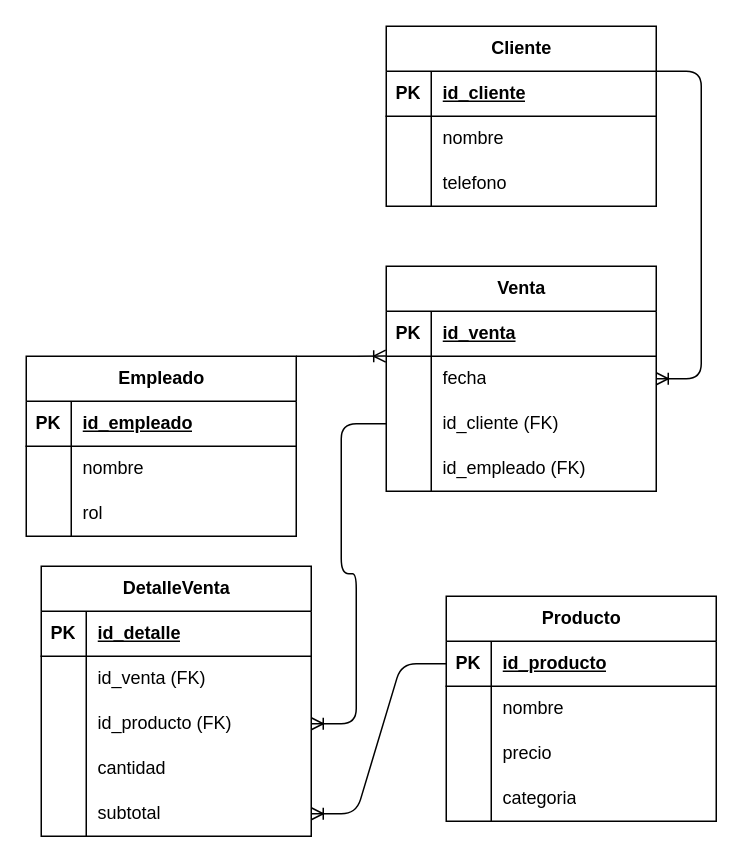
Before: MER.dio in lorent777/BD, a draw.io diagram. Source tidied: cells renumbered, new cells numbered last; positions are measured from the earlier drawing's top-left corner, leaving out a move shared by most shapes. Both pictures are drawn from the tidied source at 150%, with x=0, y=0 at pixel (26, 26).
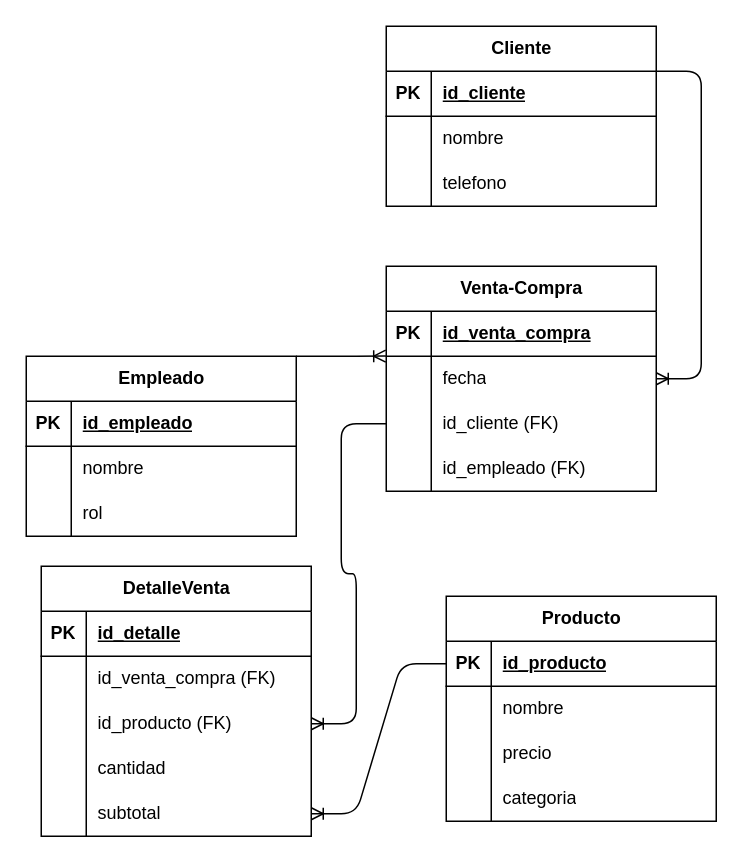
The same page after the edit.

The change refers to these unchanged cells:
```xml
<mxCell id="26" style="shape=tableRow;horizontal=0;startSize=0;swimlaneHead=0;swimlaneBody=0;fillColor=none;top=0;left=0;right=0;bottom=1;" parent="25" vertex="1">
  <mxGeometry y="30" width="180" height="30" as="geometry" />
</mxCell>
<mxCell id="52" style="shape=tableRow;horizontal=0;startSize=0;swimlaneHead=0;swimlaneBody=0;fillColor=none;top=0;left=0;right=0;bottom=0;" parent="48" vertex="1">
  <mxGeometry y="60" width="180" height="30" as="geometry" />
</mxCell>
```

The edit, as a diff of the source:
```diff
@@
-    <mxCell id="25" value="Venta" style="shape=table;startSize=30;childLayout=tableLayout;rowLines=0;fontStyle=1;align=center;html=1;" parent="1" vertex="1">
+    <mxCell id="25" value="Venta-Compra" style="shape=table;startSize=30;childLayout=tableLayout;rowLines=0;fontStyle=1;align=center;html=1;" parent="1" vertex="1">
       <mxGeometry x="240" y="160" width="180" height="150" as="geometry" />
     </mxCell>
@@
-    <mxCell id="28" value="id_venta" style="shape=partialRectangle;fillColor=none;top=0;left=0;bottom=0;right=0;align=left;spacingLeft=6;fontStyle=5;overflow=hidden;whiteSpace=wrap;html=1;" parent="26" vertex="1">
+    <mxCell id="28" value="id_venta_compra" style="shape=partialRectangle;fillColor=none;top=0;left=0;bottom=0;right=0;align=left;spacingLeft=6;fontStyle=5;overflow=hidden;whiteSpace=wrap;html=1;" parent="26" vertex="1">
       <mxGeometry x="30" width="150" height="30" as="geometry" />
     </mxCell>
@@
-    <mxCell id="54" value="id_venta (FK)" style="shape=partialRectangle;fillColor=none;top=0;left=0;bottom=0;right=0;align=left;spacingLeft=6;overflow=hidden;whiteSpace=wrap;html=1;" parent="52" vertex="1">
+    <mxCell id="54" value="id_venta_compra (FK)" style="shape=partialRectangle;fillColor=none;top=0;left=0;bottom=0;right=0;align=left;spacingLeft=6;overflow=hidden;whiteSpace=wrap;html=1;" parent="52" vertex="1">
       <mxGeometry x="30" width="150" height="30" as="geometry" />
     </mxCell>
```
